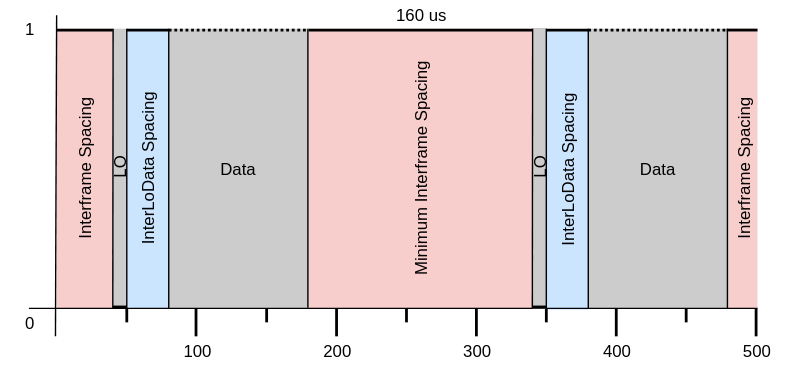
Earlier version of the draw.io export images/interframe-spacing.svg (sabas1080/jacdac). Source tidied: cells renumbered, new cells last; positions are measured from the earlier drawing's top-left corner, leaving out a move shared by most shapes.
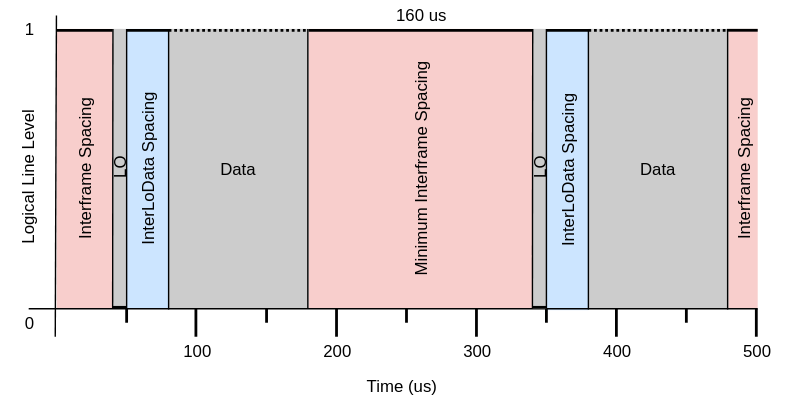
The same file after the commit.

What changed in the source:
```diff
@@ -203,5 +203,11 @@
     <mxCell id="47" style="line;strokeWidth=2;html=1;" parent="1" vertex="1">
       <mxGeometry x="519" y="16" width="22" height="10" as="geometry" />
     </mxCell>
+    <mxCell id="48" value="Time (us)" style="text;html=1;align=left;verticalAlign=top;spacingTop=-4;" parent="1" vertex="1">
+      <mxGeometry x="260" y="266" width="70" height="20" as="geometry" />
+    </mxCell>
+    <mxCell id="49" value="&lt;span&gt;Logical Line Level&lt;/span&gt;" style="text;html=1;align=left;verticalAlign=top;spacingTop=-4;horizontal=0;fontStyle=0;" parent="1" vertex="1">
+      <mxGeometry x="10" y="66" width="30" height="110" as="geometry" />
+    </mxCell>
   </root>
 </mxGraphModel>
```
